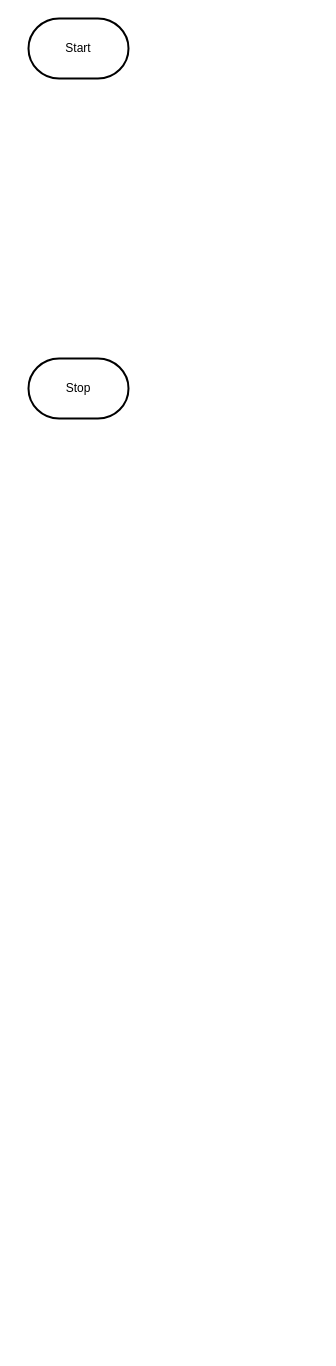
Before: design/spinflowchart.drawio in MTHS-ICD2O-1-2024/ICD2O-Final-Project-shanea.jaromay, a draw.io diagram. Source tidied: cells renumbered, new cells numbered last; positions are measured from the earlier drawing's top-left corner, leaving out a move shared by most shapes. Both pictures are drawn from the tidied source at 100%, with x=0, y=0 at pixel (28, 18).
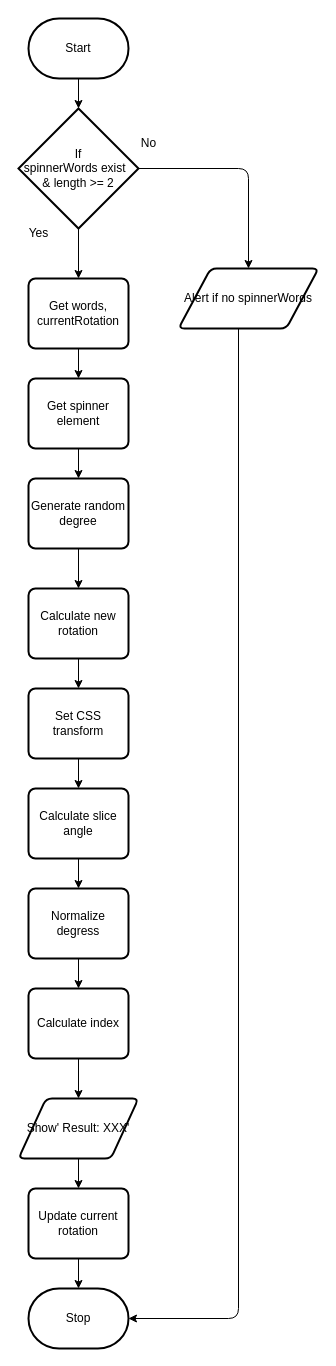
The same page after the edit.

The change refers to these unchanged cells:
```xml
<mxCell id="2" value="Start" style="strokeWidth=2;html=1;shape=mxgraph.flowchart.terminator;whiteSpace=wrap;" parent="1" vertex="1">
  <mxGeometry width="100" height="60" as="geometry" />
</mxCell>
```

What changed in the source:
```diff
@@
+    <mxCell id="4" style="edgeStyle=none;html=1;" parent="1" edge="1" source="2" target="7">
+      <mxGeometry relative="1" as="geometry" />
+    </mxCell>
@@
     <mxCell id="3" value="Stop" style="strokeWidth=2;html=1;shape=mxgraph.flowchart.terminator;whiteSpace=wrap;" parent="1" vertex="1">
-      <mxGeometry y="340" width="100" height="60" as="geometry" />
+      <mxGeometry y="1270" width="100" height="60" as="geometry" />
     </mxCell>
+    <mxCell id="5" style="edgeStyle=orthogonalEdgeStyle;html=1;" parent="1" edge="1" source="7" target="9">
+      <mxGeometry relative="1" as="geometry" />
+    </mxCell>
+    <mxCell id="6" style="edgeStyle=none;html=1;" parent="1" edge="1" source="7" target="13">
+      <mxGeometry relative="1" as="geometry" />
+    </mxCell>
+    <mxCell id="7" value="If&lt;div&gt;spinnerWords exist&amp;nbsp;&amp;nbsp;&lt;/div&gt;&lt;div&gt;&amp;amp; length &amp;gt;= 2&lt;/div&gt;" style="strokeWidth=2;html=1;shape=mxgraph.flowchart.decision;whiteSpace=wrap;" parent="1" vertex="1">
+      <mxGeometry x="-10" y="90" width="120" height="120" as="geometry" />
+    </mxCell>
+    <mxCell id="8" style="edgeStyle=orthogonalEdgeStyle;html=1;entryX=1;entryY=0.5;entryDx=0;entryDy=0;entryPerimeter=0;" parent="1" edge="1" source="9" target="3">
+      <mxGeometry relative="1" as="geometry">
+        <Array as="points">
+          <mxPoint x="210" y="1300" />
+        </Array>
+      </mxGeometry>
+    </mxCell>
+    <mxCell id="9" value="Alert if no spinnerWords" style="shape=parallelogram;html=1;strokeWidth=2;perimeter=parallelogramPerimeter;whiteSpace=wrap;rounded=1;arcSize=12;size=0.23;" parent="1" vertex="1">
+      <mxGeometry x="150" y="250" width="140" height="60" as="geometry" />
+    </mxCell>
+    <mxCell id="10" value="No" style="text;html=1;align=center;verticalAlign=middle;strokeColor=none;fillColor=none;" parent="1" vertex="1">
+      <mxGeometry x="100" y="110" width="40" height="30" as="geometry" />
+    </mxCell>
+    <mxCell id="11" value="Yes" style="text;html=1;align=center;verticalAlign=middle;strokeColor=none;fillColor=none;" parent="1" vertex="1">
+      <mxGeometry x="-10" y="200" width="40" height="30" as="geometry" />
+    </mxCell>
+    <mxCell id="12" style="edgeStyle=none;html=1;" parent="1" edge="1" source="13" target="15">
+      <mxGeometry relative="1" as="geometry" />
+    </mxCell>
+    <mxCell id="13" value="Get words, currentRotation" style="rounded=1;whiteSpace=wrap;html=1;absoluteArcSize=1;arcSize=14;strokeWidth=2;" parent="1" vertex="1">
+      <mxGeometry y="260" width="100" height="70" as="geometry" />
+    </mxCell>
+    <mxCell id="14" style="edgeStyle=none;html=1;" parent="1" edge="1" source="15" target="17">
+      <mxGeometry relative="1" as="geometry" />
+    </mxCell>
+    <mxCell id="15" value="Get spinner element" style="rounded=1;whiteSpace=wrap;html=1;absoluteArcSize=1;arcSize=14;strokeWidth=2;" parent="1" vertex="1">
+      <mxGeometry y="360" width="100" height="70" as="geometry" />
+    </mxCell>
+    <mxCell id="16" style="edgeStyle=none;html=1;" parent="1" edge="1" source="17" target="19">
+      <mxGeometry relative="1" as="geometry" />
+    </mxCell>
+    <mxCell id="17" value="Generate random degree" style="rounded=1;whiteSpace=wrap;html=1;absoluteArcSize=1;arcSize=14;strokeWidth=2;" parent="1" vertex="1">
+      <mxGeometry y="460" width="100" height="70" as="geometry" />
+    </mxCell>
+    <mxCell id="18" style="edgeStyle=none;html=1;" parent="1" edge="1" source="19" target="21">
+      <mxGeometry relative="1" as="geometry" />
+    </mxCell>
+    <mxCell id="19" value="Calculate new rotation" style="rounded=1;whiteSpace=wrap;html=1;absoluteArcSize=1;arcSize=14;strokeWidth=2;" parent="1" vertex="1">
+      <mxGeometry y="570" width="100" height="70" as="geometry" />
+    </mxCell>
+    <mxCell id="20" style="edgeStyle=none;html=1;" parent="1" edge="1" source="21" target="23">
+      <mxGeometry relative="1" as="geometry" />
+    </mxCell>
+    <mxCell id="21" value="Set CSS transform" style="rounded=1;whiteSpace=wrap;html=1;absoluteArcSize=1;arcSize=14;strokeWidth=2;" parent="1" vertex="1">
+      <mxGeometry y="670" width="100" height="70" as="geometry" />
+    </mxCell>
+    <mxCell id="22" style="edgeStyle=none;html=1;" parent="1" edge="1" source="23" target="25">
+      <mxGeometry relative="1" as="geometry" />
+    </mxCell>
+    <mxCell id="23" value="Calculate slice angle" style="rounded=1;whiteSpace=wrap;html=1;absoluteArcSize=1;arcSize=14;strokeWidth=2;" parent="1" vertex="1">
+      <mxGeometry y="770" width="100" height="70" as="geometry" />
+    </mxCell>
+    <mxCell id="24" style="edgeStyle=none;html=1;" parent="1" edge="1" source="25" target="27">
+      <mxGeometry relative="1" as="geometry" />
+    </mxCell>
+    <mxCell id="25" value="Normalize degress" style="rounded=1;whiteSpace=wrap;html=1;absoluteArcSize=1;arcSize=14;strokeWidth=2;" parent="1" vertex="1">
+      <mxGeometry y="870" width="100" height="70" as="geometry" />
+    </mxCell>
+    <mxCell id="26" style="edgeStyle=none;html=1;" parent="1" edge="1" source="27" target="29">
+      <mxGeometry relative="1" as="geometry" />
+    </mxCell>
+    <mxCell id="27" value="Calculate index" style="rounded=1;whiteSpace=wrap;html=1;absoluteArcSize=1;arcSize=14;strokeWidth=2;" parent="1" vertex="1">
+      <mxGeometry y="970" width="100" height="70" as="geometry" />
+    </mxCell>
+    <mxCell id="28" style="edgeStyle=none;html=1;" parent="1" edge="1" source="29" target="31">
+      <mxGeometry relative="1" as="geometry" />
+    </mxCell>
+    <mxCell id="29" value="Show' Result: XXX'" style="shape=parallelogram;html=1;strokeWidth=2;perimeter=parallelogramPerimeter;whiteSpace=wrap;rounded=1;arcSize=12;size=0.23;" parent="1" vertex="1">
+      <mxGeometry x="-10" y="1080" width="120" height="60" as="geometry" />
+    </mxCell>
+    <mxCell id="30" style="edgeStyle=none;html=1;" parent="1" edge="1" source="31" target="3">
+      <mxGeometry relative="1" as="geometry" />
+    </mxCell>
+    <mxCell id="31" value="Update current rotation" style="rounded=1;whiteSpace=wrap;html=1;absoluteArcSize=1;arcSize=14;strokeWidth=2;" parent="1" vertex="1">
+      <mxGeometry y="1170" width="100" height="70" as="geometry" />
+    </mxCell>
```
